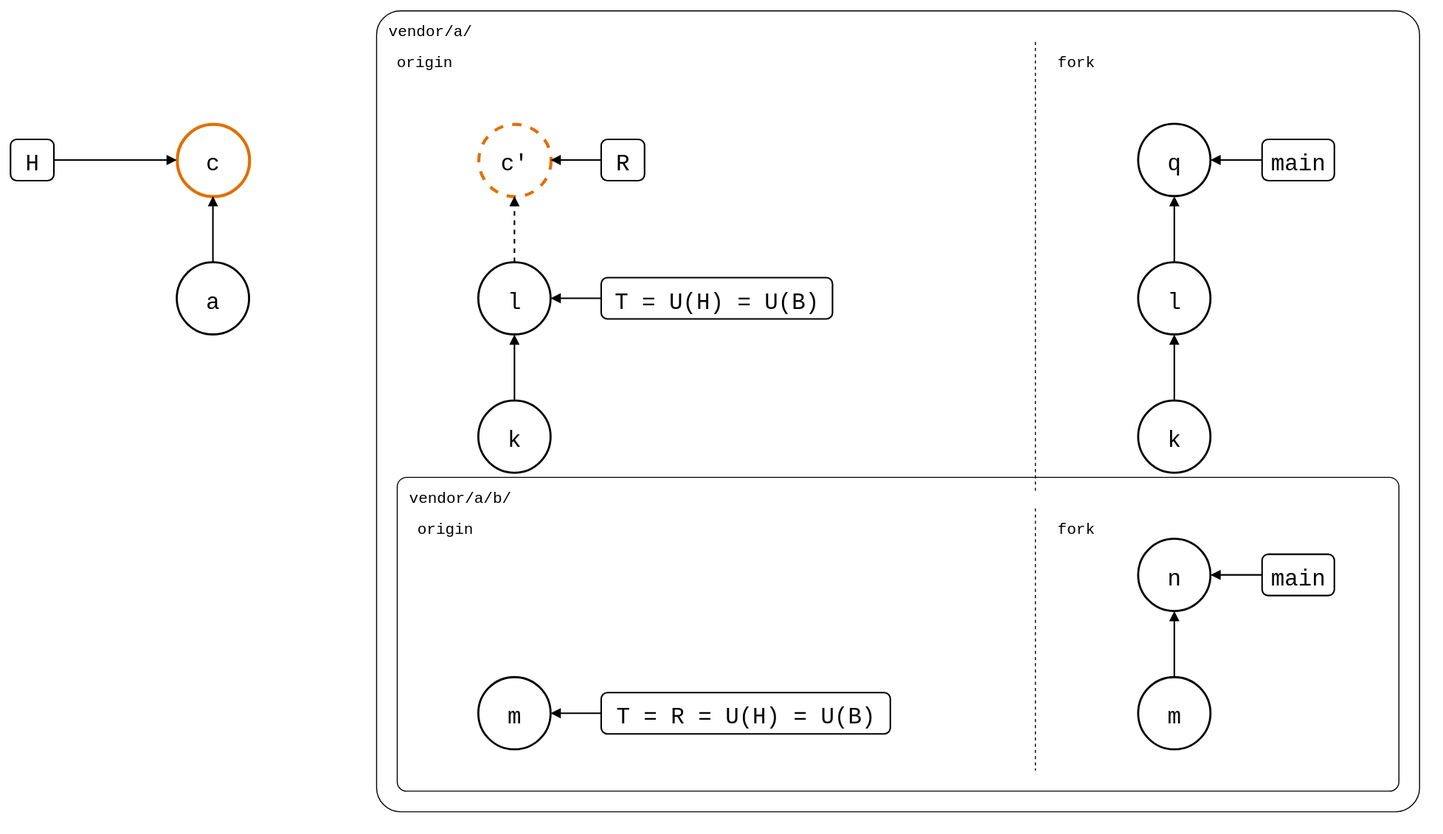
Earlier version of the draw.io export test/scenarios/05-nested-splices/01-nested-splices/01-outer-fork/same-name-below.drawio.svg (roschaefer/git-splice). Source tidied: cells renumbered, new cells last; positions are measured from the earlier drawing's top-left corner, leaving out a move shared by most shapes.
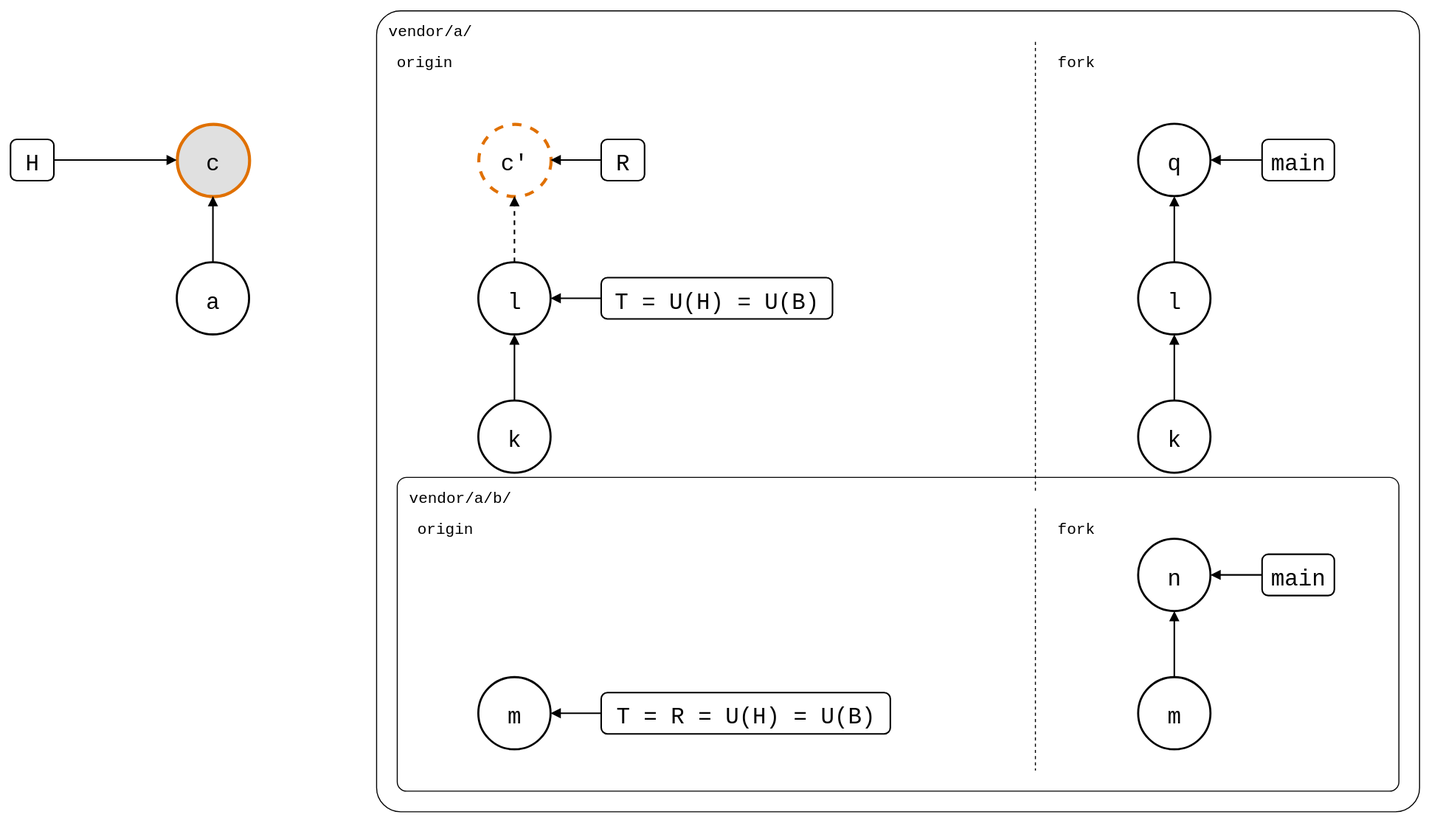
Later version of the same file.

Change to the diagram source:
```diff
@@ -26,7 +26,7 @@
     <mxCell id="9" value="fork" style="text;fontSize=15;align=left;verticalAlign=top;fontFamily=Roboto Mono,monospace;" parent="1" vertex="1">
       <mxGeometry x="1012" y="486" width="120" height="24" as="geometry" />
     </mxCell>
-    <mxCell id="10" value="c" style="ellipse;fontSize=22;fontFamily=Roboto Mono,monospace;strokeColor=#E07000;strokeWidth=3;" parent="1" vertex="1">
+    <mxCell id="10" value="c" style="ellipse;fontSize=22;fontFamily=Roboto Mono,monospace;fillColor=#E0E0E0;strokeColor=#E07000;strokeWidth=3;" parent="1" vertex="1">
       <mxGeometry x="161" y="110" width="70" height="70" as="geometry" />
     </mxCell>
     <mxCell id="11" value="a" style="ellipse;strokeWidth=2;fontSize=22;fontFamily=Roboto Mono,monospace;" parent="1" vertex="1">
```
